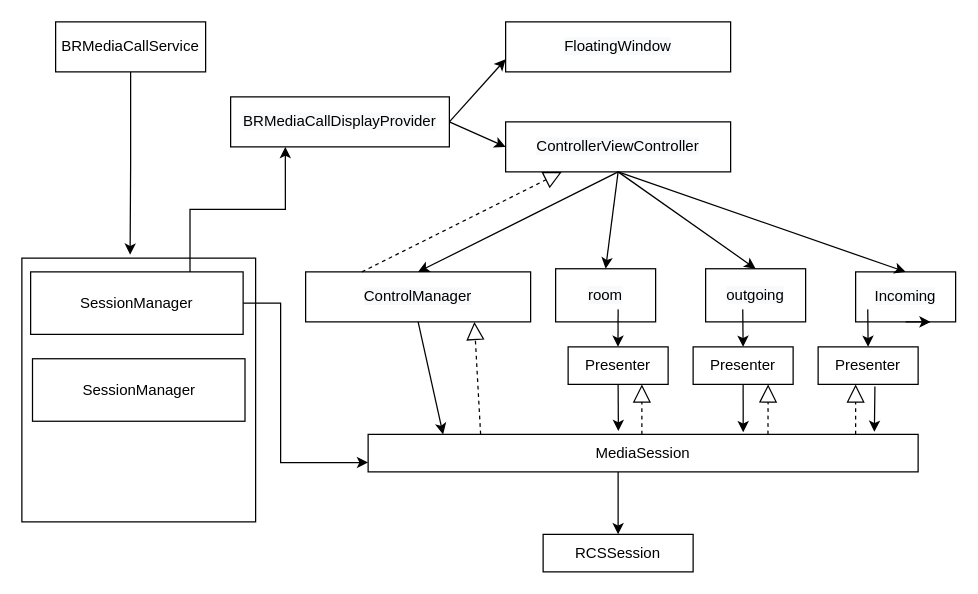
Earlier version of the draw.io diagram 改进图 的副本.drawio (brookchenli/drawio). Source tidied: cells renumbered, new cells numbered last; positions are measured from the earlier drawing's top-left corner, leaving out a move shared by most shapes. Both pictures are drawn from the tidied source at 125%, with x=0, y=0 at pixel (21, 21).
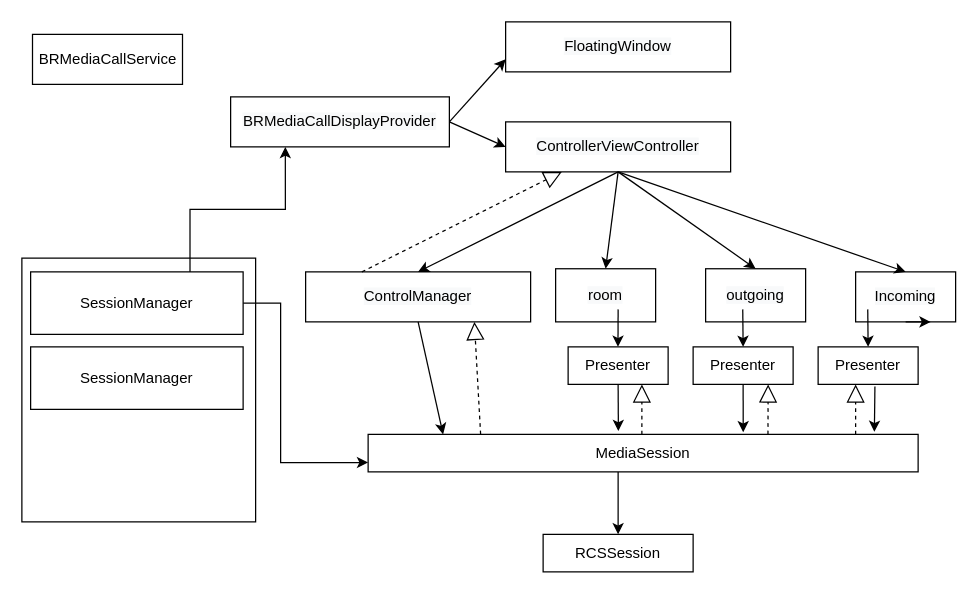
The same diagram, later.

Commit message:
更新改进图 的副本.drawio

The change refers to these unchanged cells:
```xml
<mxCell id="36" value="&lt;br&gt;&lt;br&gt;&lt;br&gt;&lt;br&gt;&lt;br&gt;&lt;br&gt;&lt;br&gt;&lt;br&gt;&lt;br&gt;&lt;br&gt;&lt;br&gt;&lt;p class=&quot;p1&quot;&gt;&lt;/p&gt;&lt;br&gt;&lt;br&gt;" style="rounded=0;whiteSpace=wrap;html=1;" parent="1" vertex="1">
  <mxGeometry y="189" width="187" height="211" as="geometry" />
</mxCell>
```

Diff of the diagram source:
```diff
@@
-    <mxCell id="2" style="edgeStyle=orthogonalEdgeStyle;rounded=0;jettySize=auto;html=1;exitX=0.5;exitY=1;exitDx=0;exitDy=0;entryX=0.463;entryY=-0.013;entryDx=0;entryDy=0;entryPerimeter=0;" parent="1" edge="1" source="3" target="36">
-      <mxGeometry relative="1" as="geometry" />
-    </mxCell>
     <mxCell id="3" value="BRMediaCallService" style="rounded=0;whiteSpace=wrap;html=1;" parent="1" vertex="1">
-      <mxGeometry x="27" width="120" height="40" as="geometry" />
+      <mxGeometry x="8.5" y="10" width="120" height="40" as="geometry" />
     </mxCell>
@@
     <mxCell id="40" value="SessionManager" style="rounded=0;whiteSpace=wrap;html=1;" parent="1" vertex="1">
-      <mxGeometry x="8.5" y="269.5" width="170" height="50" as="geometry" />
+      <mxGeometry x="7" y="260" width="170" height="50" as="geometry" />
     </mxCell>
```
